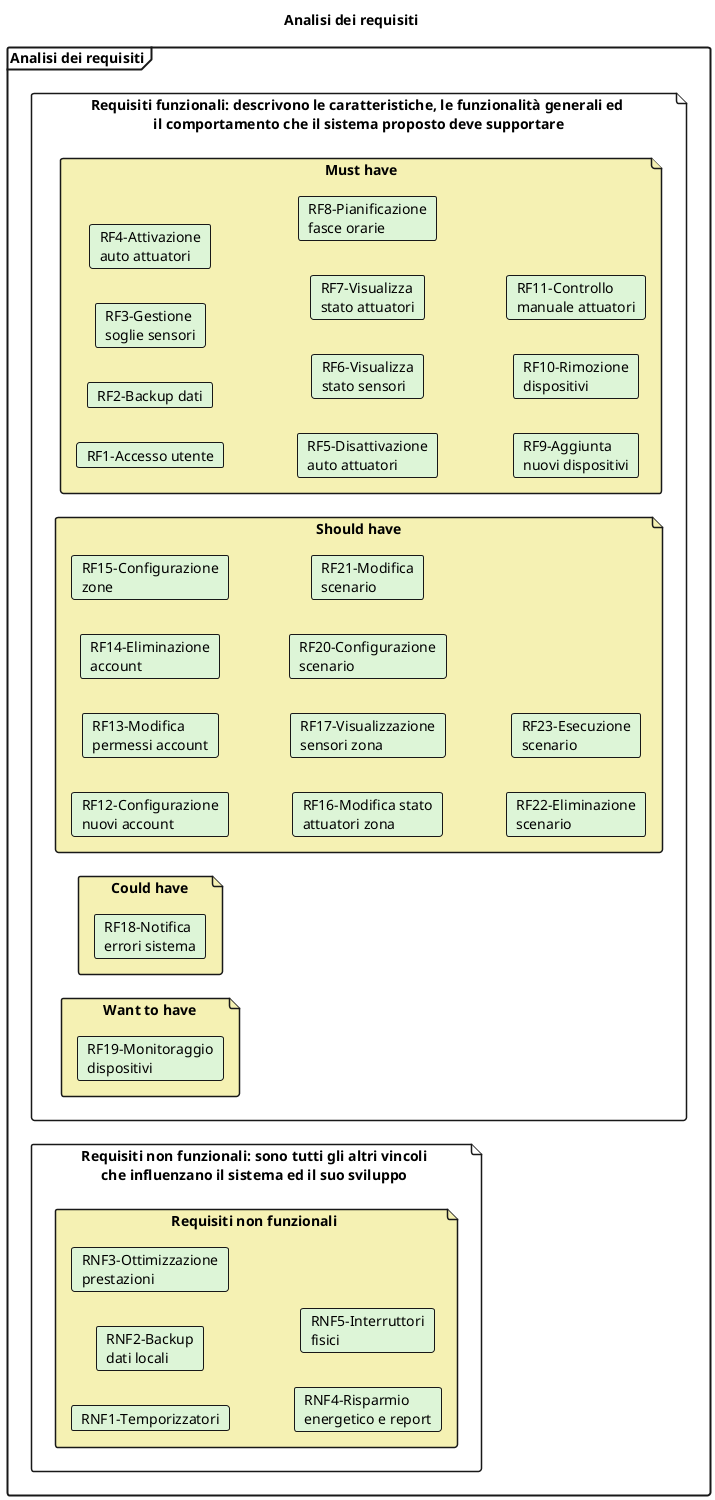
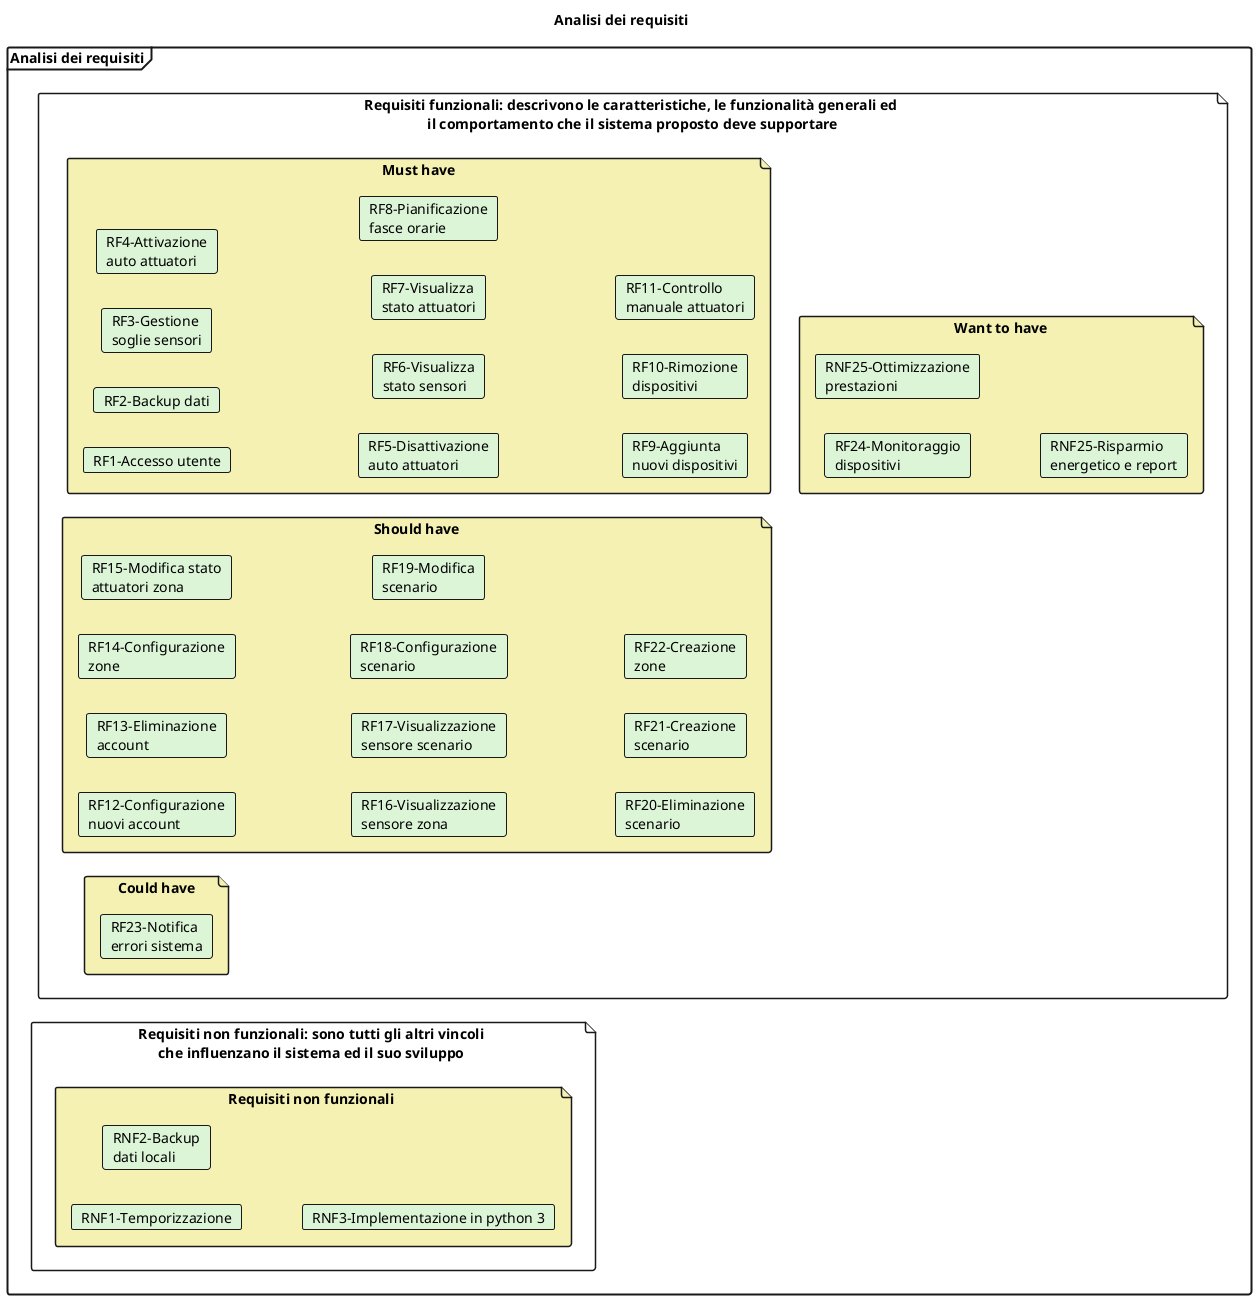
@startuml analisireq
title "Analisi dei requisiti"
left to right direction
<style>
frame {
    LineThickness 2
}
file {
    LineThickness 1.5
}
card{
    LineThickness 1
}
</style>

frame "Analisi dei requisiti" {
    file "Requisiti funzionali: descrivono le caratteristiche, le funzionalità generali ed \nil comportamento che il sistema proposto deve supportare" #FFFFFF {
        file "Must have" #F5F1B3 {
                card "RF1-Accesso utente" #DDF5D7
                card "RF2-Backup dati" #DDF5D7
                card "RF3-Gestione\nsoglie sensori" #DDF5D7
                card "RF4-Attivazione\nauto attuatori" #DDF5D7
                card "RF5-Disattivazione\nauto attuatori" #DDF5D7
                card "RF6-Visualizza\nstato sensori" #DDF5D7
                card "RF7-Visualizza\nstato attuatori" #DDF5D7
                card "RF8-Pianificazione\nfasce orarie" #DDF5D7
                card "RF9-Aggiunta\nnuovi dispositivi" #DDF5D7
                card "RF10-Rimozione\ndispositivi" #DDF5D7
                card "RF11-Controllo\nmanuale attuatori" #DDF5D7
        }
        file "Should have" #F5F1B3 {
                card "RF12-Configurazione\nnuovi account" #DDF5D7
-                 card "RF13-Modifica\npermessi account" #DDF5D7
-                 card "RF14-Eliminazione\naccount" #DDF5D7
-                 card "RF15-Configurazione\nzone" #DDF5D7
-                 card "RF16-Modifica stato\nattuatori zona" #DDF5D7
-                 card "RF17-Visualizzazione\nsensori zona" #DDF5D7
-                 card "RF20-Configurazione\nscenario" #DDF5D7
-                 card "RF21-Modifica\nscenario" #DDF5D7
-                 card "RF22-Eliminazione\nscenario" #DDF5D7
-                 card "RF23-Esecuzione\nscenario" #DDF5D7
+                 card "RF13-Eliminazione\naccount" #DDF5D7
+                 card "RF14-Configurazione\nzone" #DDF5D7
+                 card "RF15-Modifica stato\nattuatori zona" #DDF5D7
+                 card "RF16-Visualizzazione\nsensore zona" #DDF5D7
+                 card "RF17-Visualizzazione\nsensore scenario"#DDF5D7
+                 card "RF18-Configurazione\nscenario" #DDF5D7
+                 card "RF19-Modifica\nscenario" #DDF5D7
+                 card "RF20-Eliminazione\nscenario" #DDF5D7
+                 card "RF21-Creazione\nscenario" #DDF5D7
+                 card "RF22-Creazione\nzone" #DDF5D7
        }
        file "Could have" #F5F1B3 {
-                 card "RF18-Notifica\nerrori sistema" #DDF5D7
+                 card "RF23-Notifica\nerrori sistema" #DDF5D7
        }
        file "Want to have" #F5F1B3 {
-                 card "RF19-Monitoraggio\ndispositivi" #DDF5D7
+                 card "RF24-Monitoraggio\ndispositivi" #DDF5D7
+                 card "RNF25-Ottimizzazione\nprestazioni" #DDF5D7
+                 card "RNF25-Risparmio\nenergetico e report" #DDF5D7
        }
    }
    file "Requisiti non funzionali: sono tutti gli altri vincoli \nche influenzano il sistema ed il suo sviluppo " #FFFFFF {
        file "Requisiti non funzionali " #F5F1B3 {
-             card "RNF1-Temporizzatori" #DDF5D7
+             card "RNF1-Temporizzazione" #DDF5D7
            card "RNF2-Backup\ndati locali" #DDF5D7
-             card "RNF3-Ottimizzazione\nprestazioni" #DDF5D7
-             card "RNF4-Risparmio\nenergetico e report" #DDF5D7
-             card "RNF5-Interruttori\nfisici" #DDF5D7
+             card "RNF3-Implementazione in python 3" #DDF5D7
+ 
        }
    }
}
@enduml